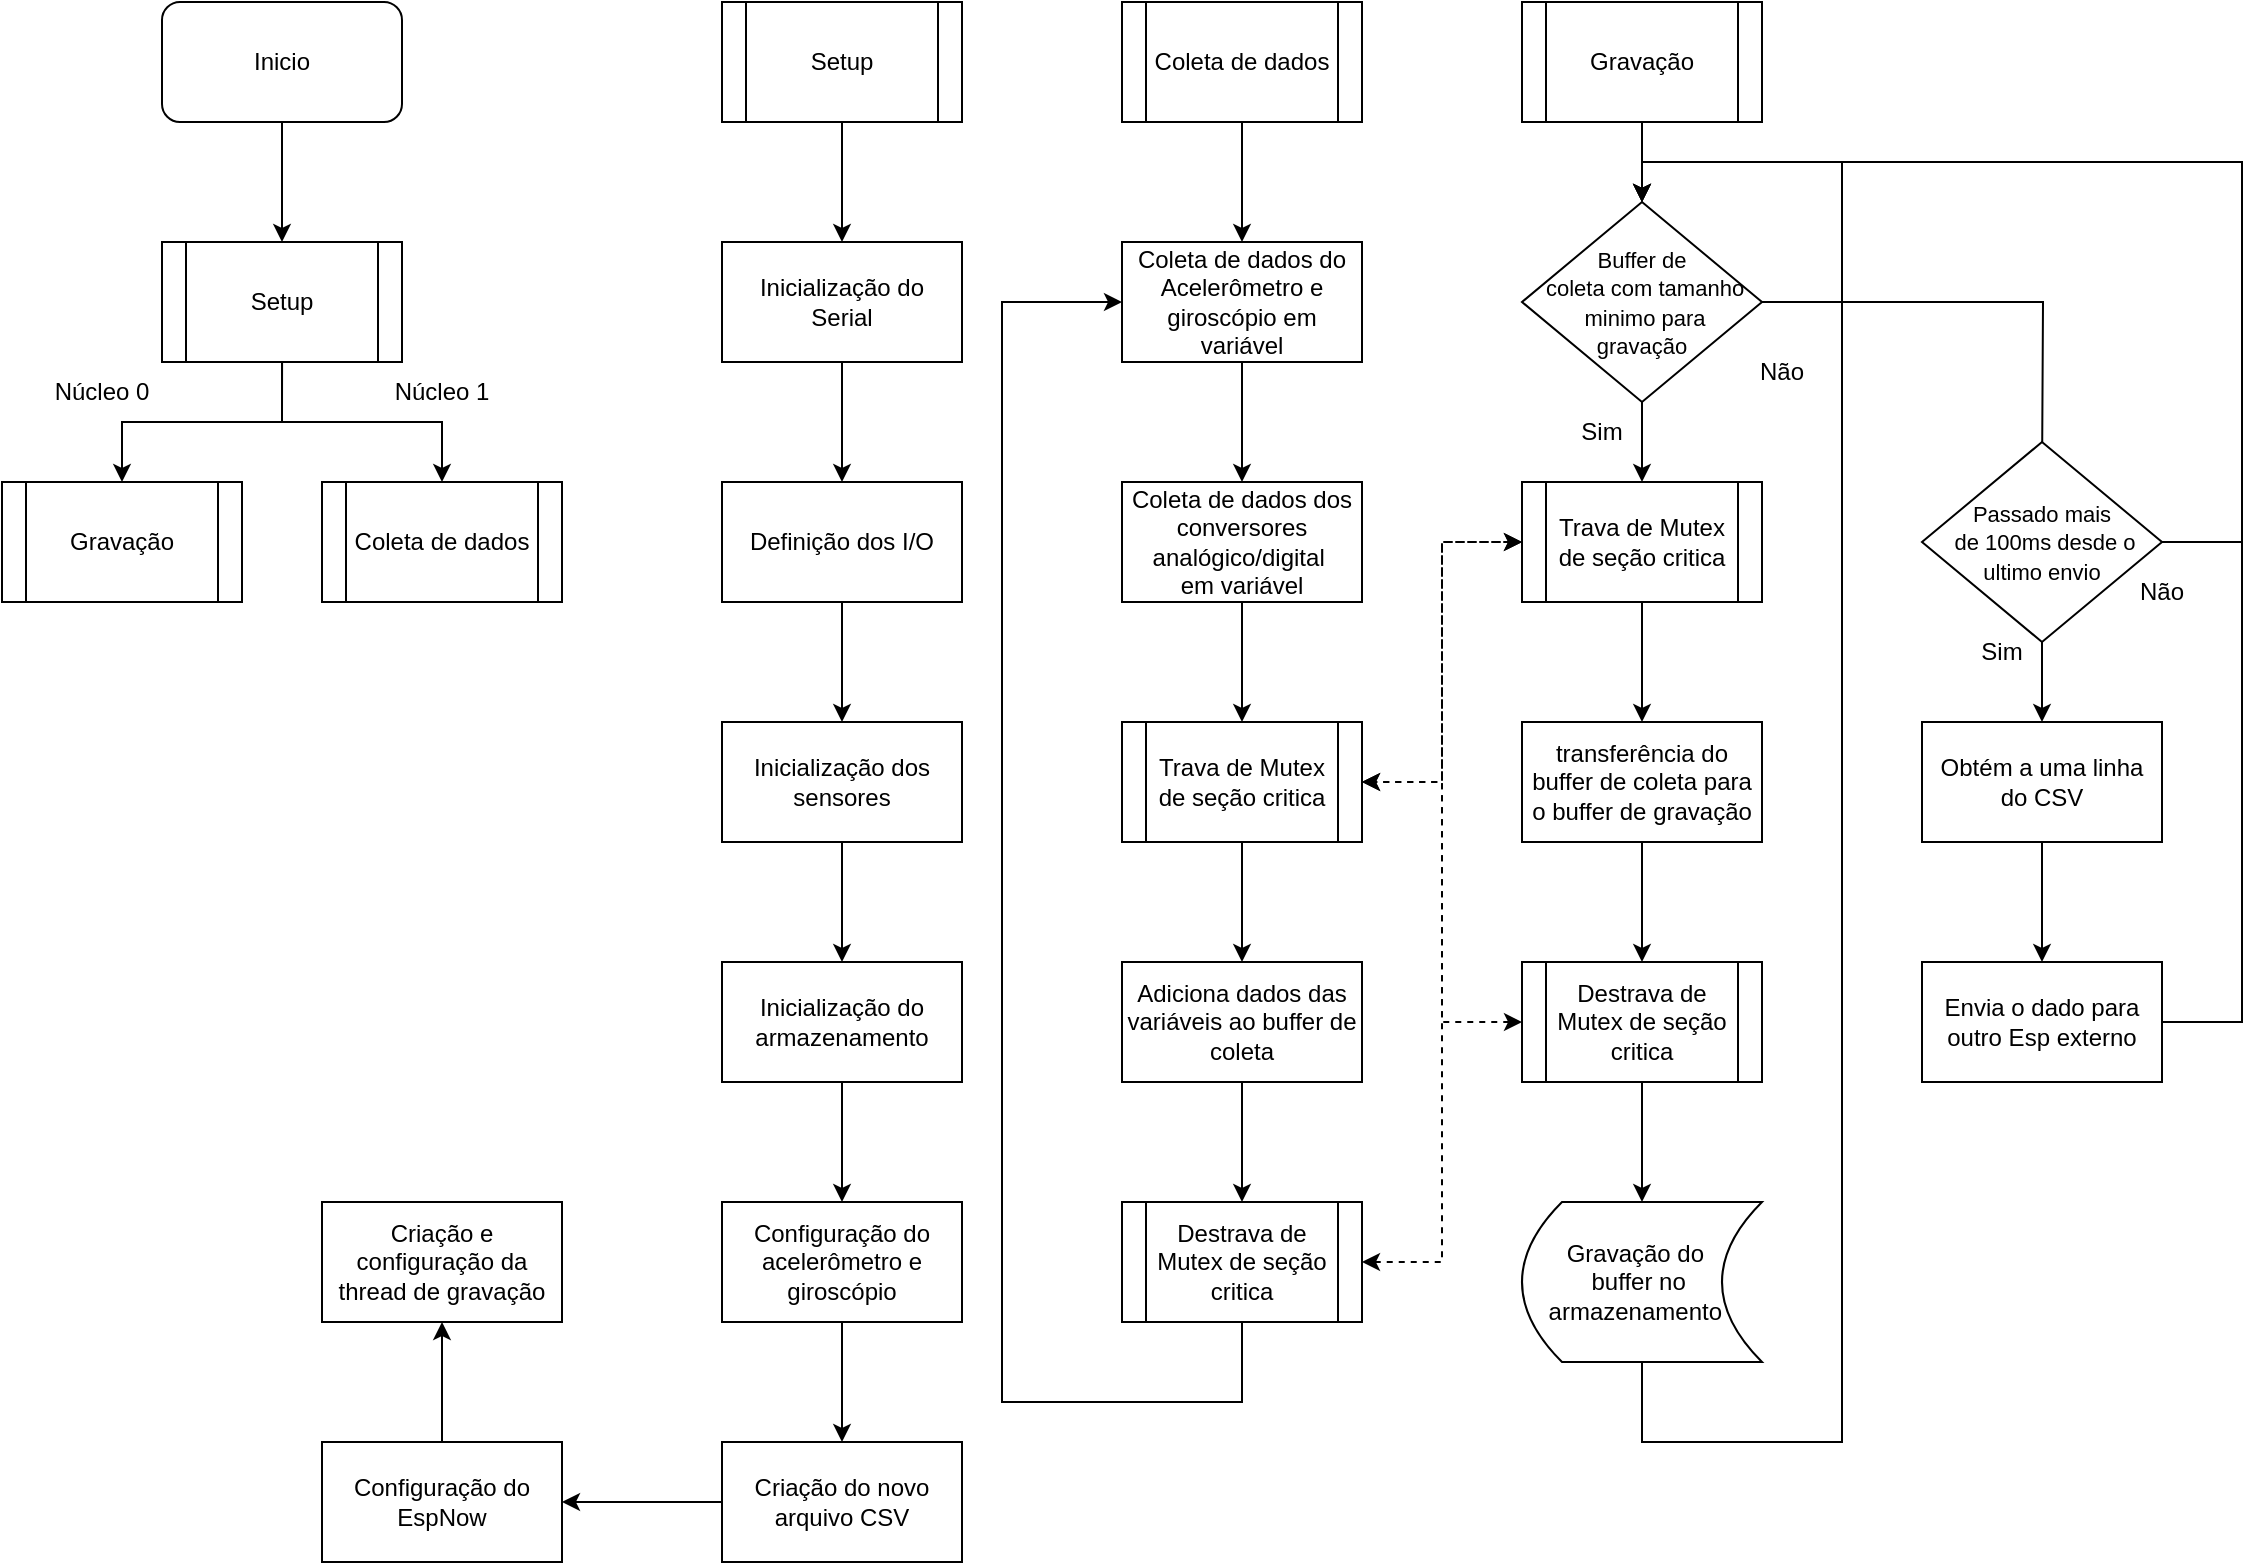
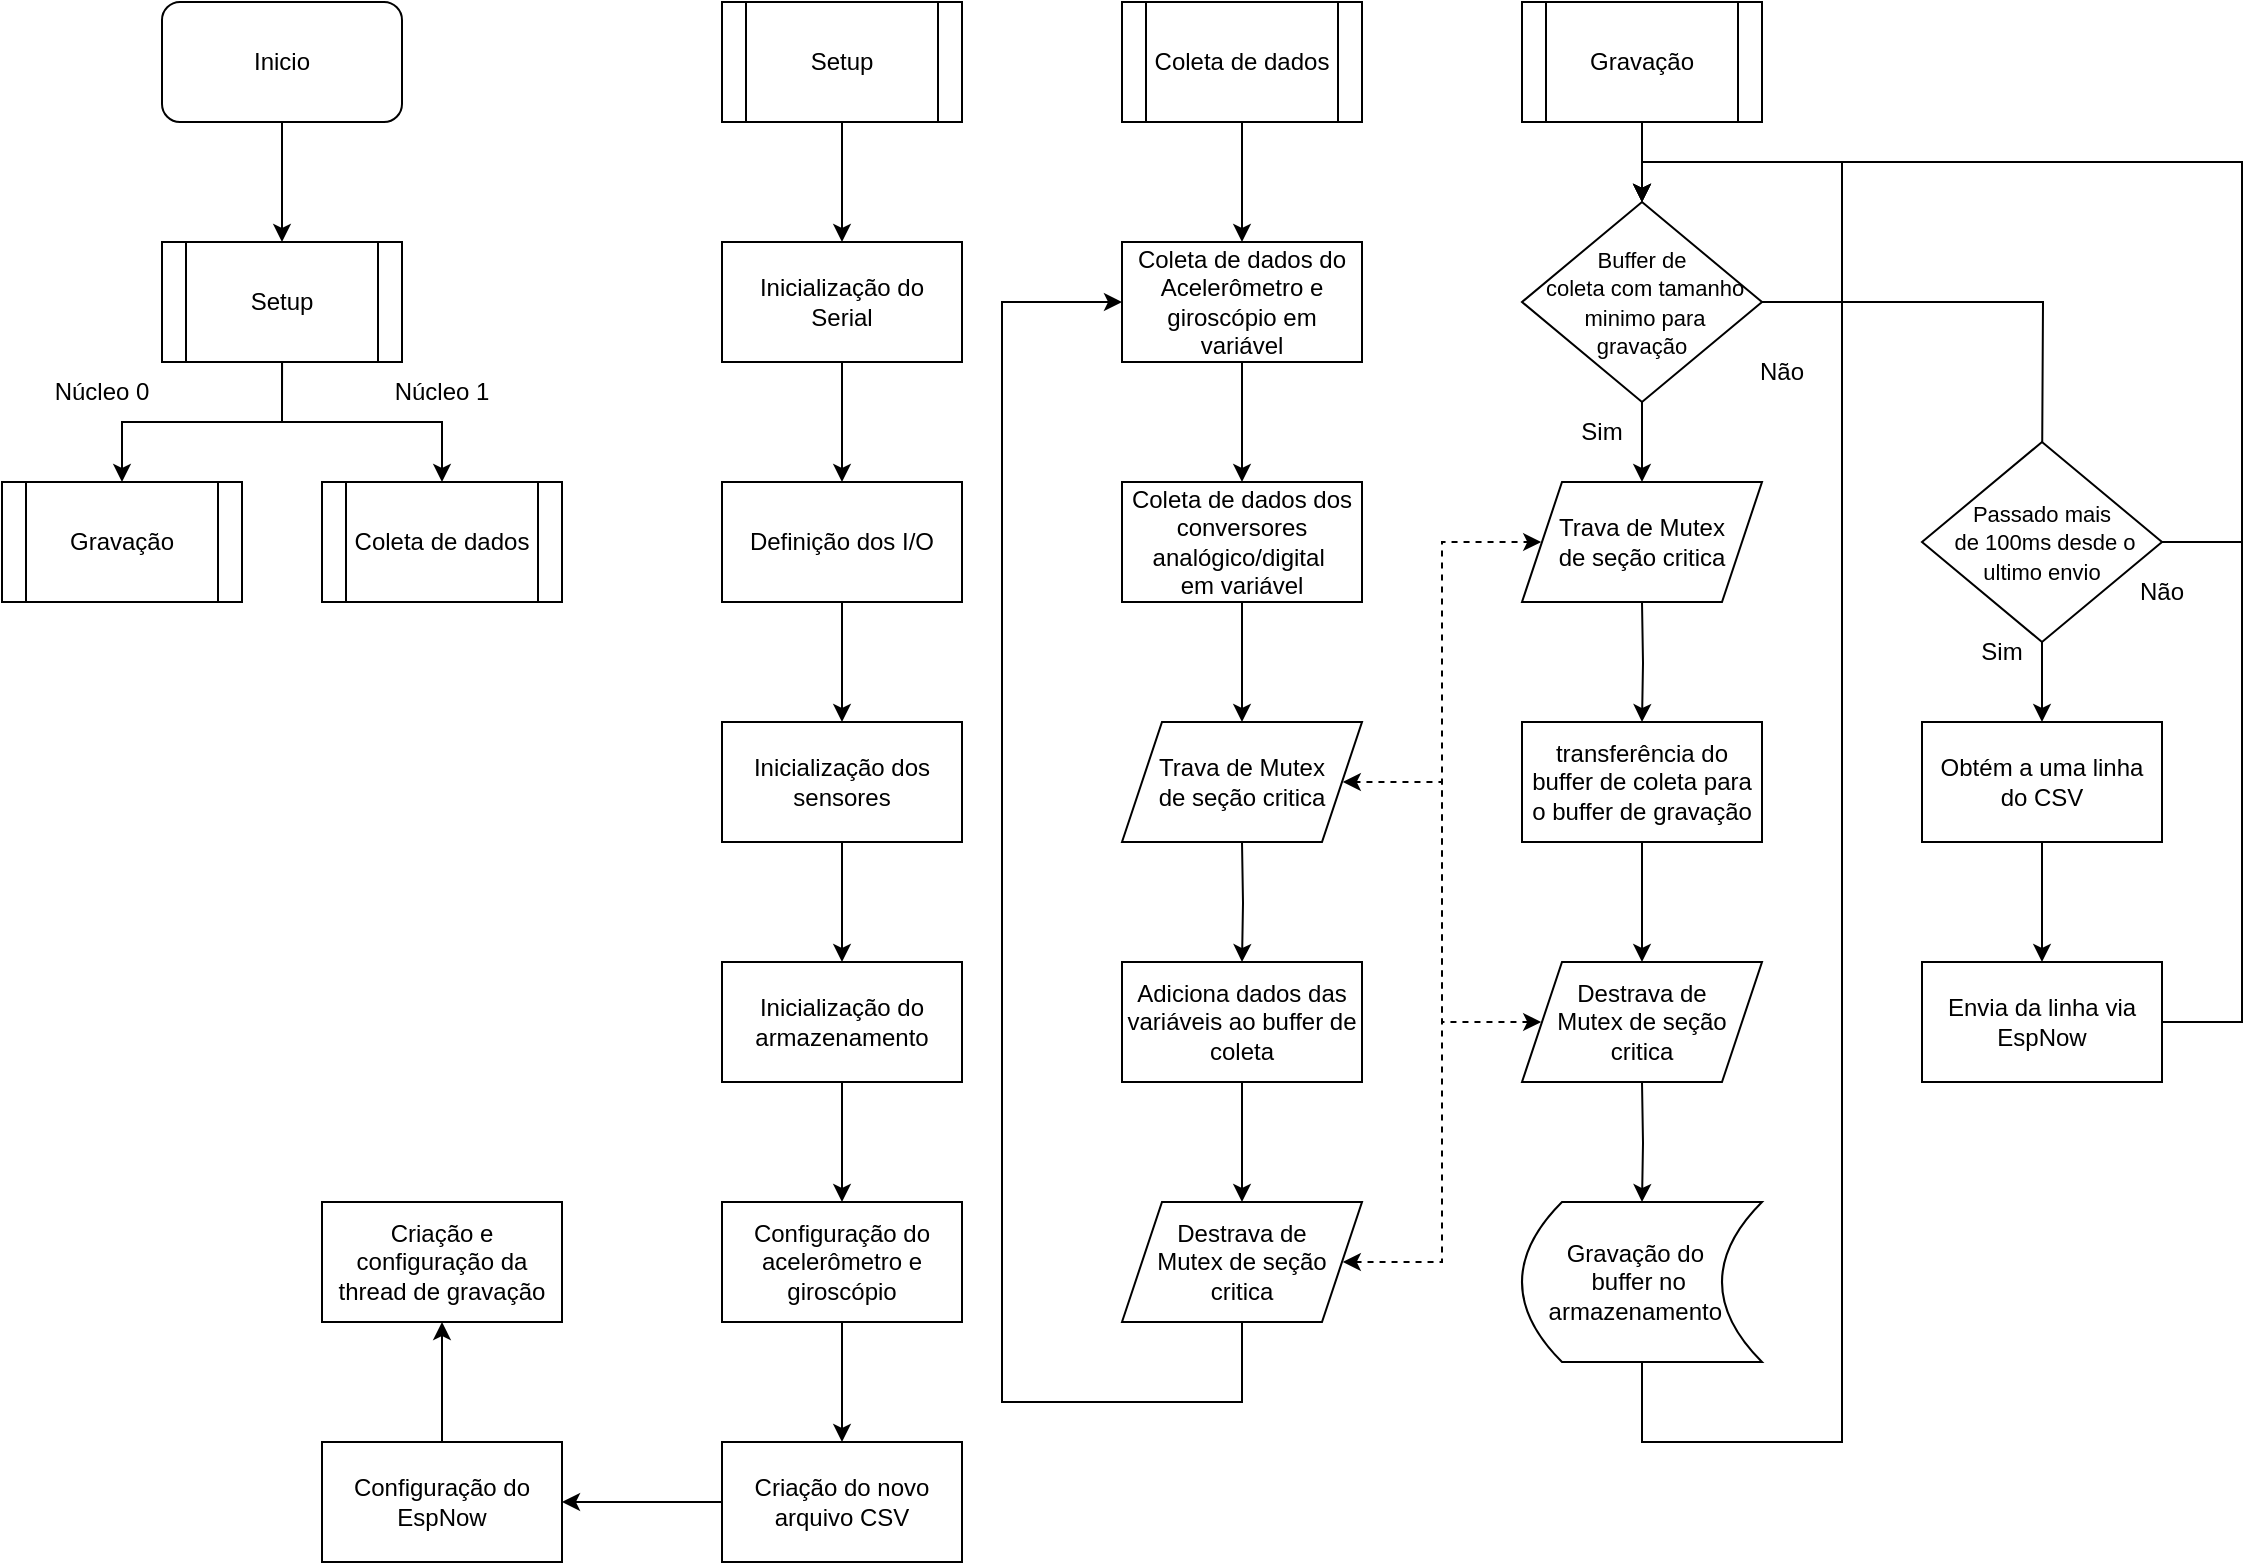
<mxfile host="app.diagrams.net" agent="Mozilla/5.0 (X11; Linux x86_64) AppleWebKit/537.36 (KHTML, like Gecko) Chrome/142.0.0.0 Safari/537.36" version="28.2.9">
  <diagram name="Página-1" id="pgSRB6xfUrdDKM67MCw_">
-     <mxGraphModel dx="1773" dy="2233" grid="1" gridSize="10" guides="1" tooltips="1" connect="1" arrows="1" fold="1" page="1" pageScale="1" pageWidth="827" pageHeight="1169" math="0" shadow="0">
+     <mxGraphModel dx="1788" dy="2233" grid="1" gridSize="10" guides="1" tooltips="1" connect="1" arrows="1" fold="1" page="1" pageScale="1" pageWidth="827" pageHeight="1169" math="0" shadow="0">
      <root>
        <mxCell id="0" />
        <mxCell id="1" parent="0" />
        <mxCell id="Tr65q4Ry5esXk99kKcEa-59" value="" style="edgeStyle=orthogonalEdgeStyle;rounded=0;orthogonalLoop=1;jettySize=auto;html=1;" parent="1" source="Tr65q4Ry5esXk99kKcEa-1" edge="1">
          <mxGeometry relative="1" as="geometry">
            <mxPoint x="60" y="160" as="targetPoint" />
          </mxGeometry>
        </mxCell>
        <mxCell id="Tr65q4Ry5esXk99kKcEa-1" value="Inicio" style="rounded=1;whiteSpace=wrap;html=1;" parent="1" vertex="1">
          <mxGeometry y="40" width="120" height="60" as="geometry" />
        </mxCell>
        <mxCell id="Tr65q4Ry5esXk99kKcEa-54" value="" style="edgeStyle=orthogonalEdgeStyle;rounded=0;orthogonalLoop=1;jettySize=auto;html=1;" parent="1" source="Tr65q4Ry5esXk99kKcEa-39" target="Tr65q4Ry5esXk99kKcEa-42" edge="1">
          <mxGeometry relative="1" as="geometry" />
        </mxCell>
        <mxCell id="Tr65q4Ry5esXk99kKcEa-39" value="Setup" style="shape=process;whiteSpace=wrap;html=1;backgroundOutline=1;" parent="1" vertex="1">
          <mxGeometry x="280" y="40" width="120" height="60" as="geometry" />
        </mxCell>
        <mxCell id="Tr65q4Ry5esXk99kKcEa-41" value="" style="edgeStyle=orthogonalEdgeStyle;rounded=0;orthogonalLoop=1;jettySize=auto;html=1;" parent="1" source="Tr65q4Ry5esXk99kKcEa-42" target="Tr65q4Ry5esXk99kKcEa-44" edge="1">
          <mxGeometry relative="1" as="geometry" />
        </mxCell>
        <mxCell id="Tr65q4Ry5esXk99kKcEa-42" value="Inicialização do&lt;div&gt;Serial&lt;/div&gt;" style="rounded=0;whiteSpace=wrap;html=1;" parent="1" vertex="1">
          <mxGeometry x="280" y="160" width="120" height="60" as="geometry" />
        </mxCell>
        <mxCell id="Tr65q4Ry5esXk99kKcEa-43" value="" style="edgeStyle=orthogonalEdgeStyle;rounded=0;orthogonalLoop=1;jettySize=auto;html=1;" parent="1" source="Tr65q4Ry5esXk99kKcEa-44" target="Tr65q4Ry5esXk99kKcEa-46" edge="1">
          <mxGeometry relative="1" as="geometry" />
        </mxCell>
        <mxCell id="Tr65q4Ry5esXk99kKcEa-44" value="Definição dos I/O" style="rounded=0;whiteSpace=wrap;html=1;" parent="1" vertex="1">
          <mxGeometry x="280" y="280" width="120" height="60" as="geometry" />
        </mxCell>
        <mxCell id="Tr65q4Ry5esXk99kKcEa-45" value="" style="edgeStyle=orthogonalEdgeStyle;rounded=0;orthogonalLoop=1;jettySize=auto;html=1;" parent="1" source="Tr65q4Ry5esXk99kKcEa-46" target="Tr65q4Ry5esXk99kKcEa-48" edge="1">
          <mxGeometry relative="1" as="geometry" />
        </mxCell>
        <mxCell id="Tr65q4Ry5esXk99kKcEa-46" value="Inicialização dos sensores" style="rounded=0;whiteSpace=wrap;html=1;" parent="1" vertex="1">
          <mxGeometry x="280" y="400" width="120" height="60" as="geometry" />
        </mxCell>
        <mxCell id="Tr65q4Ry5esXk99kKcEa-47" value="" style="edgeStyle=orthogonalEdgeStyle;rounded=0;orthogonalLoop=1;jettySize=auto;html=1;" parent="1" source="Tr65q4Ry5esXk99kKcEa-48" target="Tr65q4Ry5esXk99kKcEa-50" edge="1">
          <mxGeometry relative="1" as="geometry" />
        </mxCell>
        <mxCell id="Tr65q4Ry5esXk99kKcEa-48" value="Inicialização do&lt;div&gt;armazenamento&lt;/div&gt;" style="rounded=0;whiteSpace=wrap;html=1;" parent="1" vertex="1">
          <mxGeometry x="280" y="520" width="120" height="60" as="geometry" />
        </mxCell>
        <mxCell id="Tr65q4Ry5esXk99kKcEa-49" value="" style="edgeStyle=orthogonalEdgeStyle;rounded=0;orthogonalLoop=1;jettySize=auto;html=1;" parent="1" source="Tr65q4Ry5esXk99kKcEa-50" target="Tr65q4Ry5esXk99kKcEa-52" edge="1">
          <mxGeometry relative="1" as="geometry" />
        </mxCell>
        <mxCell id="Tr65q4Ry5esXk99kKcEa-50" value="Configuração do&lt;div&gt;acelerômetro e giroscópio&lt;/div&gt;" style="rounded=0;whiteSpace=wrap;html=1;" parent="1" vertex="1">
          <mxGeometry x="280" y="640" width="120" height="60" as="geometry" />
        </mxCell>
        <mxCell id="Tr65q4Ry5esXk99kKcEa-51" value="" style="edgeStyle=orthogonalEdgeStyle;rounded=0;orthogonalLoop=1;jettySize=auto;html=1;" parent="1" source="Tr65q4Ry5esXk99kKcEa-52" target="Tr65q4Ry5esXk99kKcEa-53" edge="1">
          <mxGeometry relative="1" as="geometry" />
        </mxCell>
        <mxCell id="Tr65q4Ry5esXk99kKcEa-52" value="Criação do novo arquivo CSV" style="rounded=0;whiteSpace=wrap;html=1;" parent="1" vertex="1">
          <mxGeometry x="280" y="760" width="120" height="60" as="geometry" />
        </mxCell>
-         <mxCell id="dAxO4c3MUgw6ga5RAxWS-14" value="" style="edgeStyle=orthogonalEdgeStyle;rounded=0;orthogonalLoop=1;jettySize=auto;html=1;" edge="1" parent="1" source="Tr65q4Ry5esXk99kKcEa-53" target="dAxO4c3MUgw6ga5RAxWS-12">
+         <mxCell id="dAxO4c3MUgw6ga5RAxWS-14" value="" style="edgeStyle=orthogonalEdgeStyle;rounded=0;orthogonalLoop=1;jettySize=auto;html=1;" parent="1" source="Tr65q4Ry5esXk99kKcEa-53" target="dAxO4c3MUgw6ga5RAxWS-12" edge="1">
          <mxGeometry relative="1" as="geometry" />
        </mxCell>
        <mxCell id="Tr65q4Ry5esXk99kKcEa-53" value="Configuração do EspNow" style="rounded=0;whiteSpace=wrap;html=1;" parent="1" vertex="1">
          <mxGeometry x="80" y="760" width="120" height="60" as="geometry" />
        </mxCell>
        <mxCell id="Tr65q4Ry5esXk99kKcEa-62" style="edgeStyle=orthogonalEdgeStyle;rounded=0;orthogonalLoop=1;jettySize=auto;html=1;" parent="1" target="Tr65q4Ry5esXk99kKcEa-61" edge="1">
          <mxGeometry relative="1" as="geometry">
            <mxPoint x="60.039999999999964" y="220" as="sourcePoint" />
            <Array as="points">
              <mxPoint x="60" y="250" />
              <mxPoint x="-20" y="250" />
            </Array>
          </mxGeometry>
        </mxCell>
        <mxCell id="Tr65q4Ry5esXk99kKcEa-66" value="" style="edgeStyle=orthogonalEdgeStyle;rounded=0;orthogonalLoop=1;jettySize=auto;html=1;" parent="1" source="Tr65q4Ry5esXk99kKcEa-56" target="Tr65q4Ry5esXk99kKcEa-65" edge="1">
          <mxGeometry relative="1" as="geometry" />
        </mxCell>
        <mxCell id="Tr65q4Ry5esXk99kKcEa-56" value="Coleta de dados" style="shape=process;whiteSpace=wrap;html=1;backgroundOutline=1;" parent="1" vertex="1">
          <mxGeometry x="480" y="40" width="120" height="60" as="geometry" />
        </mxCell>
        <mxCell id="Tr65q4Ry5esXk99kKcEa-113" value="" style="edgeStyle=orthogonalEdgeStyle;rounded=0;orthogonalLoop=1;jettySize=auto;html=1;" parent="1" source="Tr65q4Ry5esXk99kKcEa-57" target="Tr65q4Ry5esXk99kKcEa-111" edge="1">
          <mxGeometry relative="1" as="geometry" />
        </mxCell>
        <mxCell id="Tr65q4Ry5esXk99kKcEa-57" value="Gravação" style="shape=process;whiteSpace=wrap;html=1;backgroundOutline=1;" parent="1" vertex="1">
          <mxGeometry x="680" y="40" width="120" height="60" as="geometry" />
        </mxCell>
        <mxCell id="Tr65q4Ry5esXk99kKcEa-58" value="Coleta de dados" style="shape=process;whiteSpace=wrap;html=1;backgroundOutline=1;" parent="1" vertex="1">
          <mxGeometry x="80" y="280" width="120" height="60" as="geometry" />
        </mxCell>
        <mxCell id="Tr65q4Ry5esXk99kKcEa-61" value="Gravação" style="shape=process;whiteSpace=wrap;html=1;backgroundOutline=1;" parent="1" vertex="1">
          <mxGeometry x="-80" y="280" width="120" height="60" as="geometry" />
        </mxCell>
        <mxCell id="Tr65q4Ry5esXk99kKcEa-63" value="Núcleo 1" style="text;html=1;whiteSpace=wrap;strokeColor=none;fillColor=none;align=center;verticalAlign=middle;rounded=0;" parent="1" vertex="1">
          <mxGeometry x="110" y="220" width="60" height="30" as="geometry" />
        </mxCell>
        <mxCell id="Tr65q4Ry5esXk99kKcEa-64" value="Núcleo 0" style="text;html=1;whiteSpace=wrap;strokeColor=none;fillColor=none;align=center;verticalAlign=middle;rounded=0;" parent="1" vertex="1">
          <mxGeometry x="-60" y="220" width="60" height="30" as="geometry" />
        </mxCell>
        <mxCell id="Tr65q4Ry5esXk99kKcEa-68" value="" style="edgeStyle=orthogonalEdgeStyle;rounded=0;orthogonalLoop=1;jettySize=auto;html=1;" parent="1" source="Tr65q4Ry5esXk99kKcEa-65" target="Tr65q4Ry5esXk99kKcEa-67" edge="1">
          <mxGeometry relative="1" as="geometry" />
        </mxCell>
        <mxCell id="Tr65q4Ry5esXk99kKcEa-65" value="Coleta de dados do Acelerômetro e giroscópio em variável" style="rounded=0;whiteSpace=wrap;html=1;" parent="1" vertex="1">
          <mxGeometry x="480" y="160" width="120" height="60" as="geometry" />
        </mxCell>
        <mxCell id="Tr65q4Ry5esXk99kKcEa-72" value="" style="edgeStyle=orthogonalEdgeStyle;rounded=0;orthogonalLoop=1;jettySize=auto;html=1;" parent="1" source="Tr65q4Ry5esXk99kKcEa-67" edge="1">
          <mxGeometry relative="1" as="geometry">
            <mxPoint x="540" y="400" as="targetPoint" />
          </mxGeometry>
        </mxCell>
        <mxCell id="Tr65q4Ry5esXk99kKcEa-67" value="Coleta de dados dos conversores analógico/digital&amp;nbsp;&lt;div&gt;em variável&lt;/div&gt;" style="rounded=0;whiteSpace=wrap;html=1;" parent="1" vertex="1">
          <mxGeometry x="480" y="280" width="120" height="60" as="geometry" />
        </mxCell>
-         <mxCell id="Tr65q4Ry5esXk99kKcEa-82" style="edgeStyle=orthogonalEdgeStyle;rounded=0;orthogonalLoop=1;jettySize=auto;html=1;exitX=0.5;exitY=1;exitDx=0;exitDy=0;entryX=0;entryY=0.5;entryDx=0;entryDy=0;" parent="1" source="dAxO4c3MUgw6ga5RAxWS-4" target="Tr65q4Ry5esXk99kKcEa-65" edge="1">
+         <mxCell id="Tr65q4Ry5esXk99kKcEa-82" style="edgeStyle=orthogonalEdgeStyle;rounded=0;orthogonalLoop=1;jettySize=auto;html=1;exitX=0.5;exitY=1;exitDx=0;exitDy=0;entryX=0;entryY=0.5;entryDx=0;entryDy=0;" parent="1" target="Tr65q4Ry5esXk99kKcEa-65" edge="1">
          <mxGeometry relative="1" as="geometry">
            <Array as="points">
              <mxPoint x="540" y="740" />
              <mxPoint x="420" y="740" />
              <mxPoint x="420" y="190" />
            </Array>
-             <mxPoint x="540" y="820" as="sourcePoint" />
-           </mxGeometry>
-         </mxCell>
-         <mxCell id="dAxO4c3MUgw6ga5RAxWS-6" value="" style="edgeStyle=orthogonalEdgeStyle;rounded=0;orthogonalLoop=1;jettySize=auto;html=1;" edge="1" parent="1" source="Tr65q4Ry5esXk99kKcEa-97" target="dAxO4c3MUgw6ga5RAxWS-3">
-           <mxGeometry relative="1" as="geometry" />
+             <mxPoint x="540" y="700" as="sourcePoint" />
+           </mxGeometry>
+         </mxCell>
+         <mxCell id="dAxO4c3MUgw6ga5RAxWS-6" value="" style="edgeStyle=orthogonalEdgeStyle;rounded=0;orthogonalLoop=1;jettySize=auto;html=1;" parent="1" source="Tr65q4Ry5esXk99kKcEa-97" edge="1">
+           <mxGeometry relative="1" as="geometry">
+             <mxPoint x="740" y="520" as="targetPoint" />
+           </mxGeometry>
        </mxCell>
        <mxCell id="Tr65q4Ry5esXk99kKcEa-97" value="transferência do buffer de coleta para o&amp;nbsp;&lt;span style=&quot;background-color: transparent; color: light-dark(rgb(0, 0, 0), rgb(255, 255, 255));&quot;&gt;buffer de gravação&lt;/span&gt;" style="rounded=0;whiteSpace=wrap;html=1;" parent="1" vertex="1">
          <mxGeometry x="680" y="400" width="120" height="60" as="geometry" />
        </mxCell>
        <mxCell id="Tr65q4Ry5esXk99kKcEa-110" style="edgeStyle=orthogonalEdgeStyle;rounded=0;orthogonalLoop=1;jettySize=auto;html=1;entryX=0.5;entryY=0;entryDx=0;entryDy=0;exitX=0.5;exitY=1;exitDx=0;exitDy=0;" parent="1" source="Tr65q4Ry5esXk99kKcEa-104" target="Tr65q4Ry5esXk99kKcEa-111" edge="1">
          <mxGeometry relative="1" as="geometry">
            <mxPoint x="780" y="990" as="sourcePoint" />
            <Array as="points">
              <mxPoint x="740" y="760" />
              <mxPoint x="840" y="760" />
              <mxPoint x="840" y="120" />
              <mxPoint x="740" y="120" />
            </Array>
          </mxGeometry>
        </mxCell>
        <mxCell id="Tr65q4Ry5esXk99kKcEa-104" value="Gravação do&amp;nbsp;&amp;nbsp;&lt;div&gt;buffer no&amp;nbsp; armazenamento&amp;nbsp;&amp;nbsp;&lt;/div&gt;" style="shape=dataStorage;whiteSpace=wrap;html=1;fixedSize=1;" parent="1" vertex="1">
          <mxGeometry x="680" y="640" width="120" height="80" as="geometry" />
        </mxCell>
-         <mxCell id="Tr65q4Ry5esXk99kKcEa-109" value="" style="edgeStyle=orthogonalEdgeStyle;rounded=0;orthogonalLoop=1;jettySize=auto;html=1;exitX=0.5;exitY=1;exitDx=0;exitDy=0;" parent="1" source="dAxO4c3MUgw6ga5RAxWS-3" target="Tr65q4Ry5esXk99kKcEa-104" edge="1">
-           <mxGeometry relative="1" as="geometry">
-             <mxPoint x="740" y="700" as="sourcePoint" />
+         <mxCell id="Tr65q4Ry5esXk99kKcEa-109" value="" style="edgeStyle=orthogonalEdgeStyle;rounded=0;orthogonalLoop=1;jettySize=auto;html=1;exitX=0.5;exitY=1;exitDx=0;exitDy=0;" parent="1" target="Tr65q4Ry5esXk99kKcEa-104" edge="1">
+           <mxGeometry relative="1" as="geometry">
+             <mxPoint x="740" y="580" as="sourcePoint" />
          </mxGeometry>
        </mxCell>
        <mxCell id="Tr65q4Ry5esXk99kKcEa-112" value="" style="edgeStyle=orthogonalEdgeStyle;rounded=0;orthogonalLoop=1;jettySize=auto;html=1;" parent="1" source="Tr65q4Ry5esXk99kKcEa-111" edge="1">
          <mxGeometry relative="1" as="geometry">
            <mxPoint x="740" y="280" as="targetPoint" />
          </mxGeometry>
        </mxCell>
-         <mxCell id="dAxO4c3MUgw6ga5RAxWS-11" style="edgeStyle=orthogonalEdgeStyle;rounded=0;orthogonalLoop=1;jettySize=auto;html=1;exitX=1;exitY=0.5;exitDx=0;exitDy=0;entryX=0.5;entryY=0;entryDx=0;entryDy=0;" edge="1" parent="1" source="Tr65q4Ry5esXk99kKcEa-111">
+         <mxCell id="dAxO4c3MUgw6ga5RAxWS-11" style="edgeStyle=orthogonalEdgeStyle;rounded=0;orthogonalLoop=1;jettySize=auto;html=1;exitX=1;exitY=0.5;exitDx=0;exitDy=0;entryX=0.5;entryY=0;entryDx=0;entryDy=0;" parent="1" source="Tr65q4Ry5esXk99kKcEa-111" edge="1">
          <mxGeometry relative="1" as="geometry">
            <mxPoint x="940" y="280" as="targetPoint" />
          </mxGeometry>
        </mxCell>
        <mxCell id="Tr65q4Ry5esXk99kKcEa-111" value="&lt;div&gt;&lt;font style=&quot;font-size: 11px;&quot;&gt;&lt;span style=&quot;background-color: transparent; color: light-dark(rgb(0, 0, 0), rgb(255, 255, 255));&quot;&gt;Buffer&amp;nbsp;&lt;/span&gt;&lt;span style=&quot;background-color: transparent; color: light-dark(rgb(0, 0, 0), rgb(255, 255, 255));&quot;&gt;de&lt;/span&gt;&lt;/font&gt;&lt;/div&gt;&lt;div&gt;&lt;font style=&quot;font-size: 11px;&quot;&gt;&lt;span style=&quot;background-color: transparent; color: light-dark(rgb(0, 0, 0), rgb(255, 255, 255));&quot;&gt;&amp;nbsp;coleta&amp;nbsp;&lt;/span&gt;&lt;span style=&quot;background-color: transparent; color: light-dark(rgb(0, 0, 0), rgb(255, 255, 255));&quot;&gt;com&amp;nbsp;&lt;/span&gt;&lt;span style=&quot;background-color: transparent; color: light-dark(rgb(0, 0, 0), rgb(255, 255, 255));&quot;&gt;tamanho&lt;/span&gt;&lt;/font&gt;&lt;/div&gt;&lt;div&gt;&lt;span style=&quot;background-color: transparent; color: light-dark(rgb(0, 0, 0), rgb(255, 255, 255));&quot;&gt;&lt;font style=&quot;font-size: 11px;&quot;&gt;&amp;nbsp;minimo para&lt;/font&gt;&lt;/span&gt;&lt;/div&gt;&lt;div&gt;&lt;span style=&quot;background-color: transparent; color: light-dark(rgb(0, 0, 0), rgb(255, 255, 255));&quot;&gt;&lt;font style=&quot;font-size: 11px;&quot;&gt;gravação&lt;/font&gt;&lt;/span&gt;&lt;/div&gt;" style="rhombus;whiteSpace=wrap;html=1;" parent="1" vertex="1">
          <mxGeometry x="680" y="140" width="120" height="100" as="geometry" />
        </mxCell>
        <mxCell id="Tr65q4Ry5esXk99kKcEa-115" value="Não" style="text;html=1;whiteSpace=wrap;strokeColor=none;fillColor=none;align=center;verticalAlign=middle;rounded=0;" parent="1" vertex="1">
          <mxGeometry x="780" y="210" width="60" height="30" as="geometry" />
        </mxCell>
        <mxCell id="Tr65q4Ry5esXk99kKcEa-118" value="Sim" style="text;html=1;whiteSpace=wrap;strokeColor=none;fillColor=none;align=center;verticalAlign=middle;rounded=0;" parent="1" vertex="1">
          <mxGeometry x="690" y="240" width="60" height="30" as="geometry" />
        </mxCell>
-         <mxCell id="dAxO4c3MUgw6ga5RAxWS-5" value="" style="edgeStyle=orthogonalEdgeStyle;rounded=0;orthogonalLoop=1;jettySize=auto;html=1;" edge="1" parent="1" source="Tr65q4Ry5esXk99kKcEa-119" target="dAxO4c3MUgw6ga5RAxWS-4">
-           <mxGeometry relative="1" as="geometry" />
+         <mxCell id="dAxO4c3MUgw6ga5RAxWS-5" value="" style="edgeStyle=orthogonalEdgeStyle;rounded=0;orthogonalLoop=1;jettySize=auto;html=1;" parent="1" source="Tr65q4Ry5esXk99kKcEa-119" edge="1">
+           <mxGeometry relative="1" as="geometry">
+             <mxPoint x="540" y="640" as="targetPoint" />
+           </mxGeometry>
        </mxCell>
        <mxCell id="Tr65q4Ry5esXk99kKcEa-119" value="Adiciona dados das variáveis ao buffer de coleta" style="rounded=0;whiteSpace=wrap;html=1;" parent="1" vertex="1">
          <mxGeometry x="480" y="520" width="120" height="60" as="geometry" />
        </mxCell>
-         <mxCell id="dAxO4c3MUgw6ga5RAxWS-1" value="" style="edgeStyle=orthogonalEdgeStyle;rounded=0;orthogonalLoop=1;jettySize=auto;html=1;" edge="1" parent="1" source="Tr65q4Ry5esXk99kKcEa-124" target="Tr65q4Ry5esXk99kKcEa-119">
-           <mxGeometry relative="1" as="geometry" />
-         </mxCell>
-         <mxCell id="Tr65q4Ry5esXk99kKcEa-124" value="Trava de Mutex de seção critica" style="shape=process;whiteSpace=wrap;html=1;backgroundOutline=1;" parent="1" vertex="1">
-           <mxGeometry x="480" y="400" width="120" height="60" as="geometry" />
-         </mxCell>
-         <mxCell id="Tr65q4Ry5esXk99kKcEa-128" style="edgeStyle=orthogonalEdgeStyle;rounded=0;orthogonalLoop=1;jettySize=auto;html=1;exitX=0;exitY=0.5;exitDx=0;exitDy=0;entryX=1;entryY=0.5;entryDx=0;entryDy=0;startArrow=classic;startFill=1;dashed=1;" parent="1" source="Tr65q4Ry5esXk99kKcEa-126" target="Tr65q4Ry5esXk99kKcEa-124" edge="1">
-           <mxGeometry relative="1" as="geometry" />
-         </mxCell>
-         <mxCell id="dAxO4c3MUgw6ga5RAxWS-2" value="" style="edgeStyle=orthogonalEdgeStyle;rounded=0;orthogonalLoop=1;jettySize=auto;html=1;" edge="1" parent="1" source="Tr65q4Ry5esXk99kKcEa-126" target="Tr65q4Ry5esXk99kKcEa-97">
-           <mxGeometry relative="1" as="geometry" />
-         </mxCell>
-         <mxCell id="Tr65q4Ry5esXk99kKcEa-126" value="Trava de Mutex de seção critica" style="shape=process;whiteSpace=wrap;html=1;backgroundOutline=1;" parent="1" vertex="1">
-           <mxGeometry x="680" y="280" width="120" height="60" as="geometry" />
+         <mxCell id="dAxO4c3MUgw6ga5RAxWS-1" value="" style="edgeStyle=orthogonalEdgeStyle;rounded=0;orthogonalLoop=1;jettySize=auto;html=1;" parent="1" target="Tr65q4Ry5esXk99kKcEa-119" edge="1">
+           <mxGeometry relative="1" as="geometry">
+             <mxPoint x="540" y="460" as="sourcePoint" />
+           </mxGeometry>
+         </mxCell>
+         <mxCell id="dAxO4c3MUgw6ga5RAxWS-2" value="" style="edgeStyle=orthogonalEdgeStyle;rounded=0;orthogonalLoop=1;jettySize=auto;html=1;" parent="1" target="Tr65q4Ry5esXk99kKcEa-97" edge="1">
+           <mxGeometry relative="1" as="geometry">
+             <mxPoint x="740" y="340" as="sourcePoint" />
+           </mxGeometry>
        </mxCell>
        <mxCell id="Tr65q4Ry5esXk99kKcEa-139" style="edgeStyle=orthogonalEdgeStyle;rounded=0;orthogonalLoop=1;jettySize=auto;html=1;" parent="1" source="Tr65q4Ry5esXk99kKcEa-136" target="Tr65q4Ry5esXk99kKcEa-58" edge="1">
          <mxGeometry relative="1" as="geometry" />
        </mxCell>
        <mxCell id="Tr65q4Ry5esXk99kKcEa-136" value="Setup" style="shape=process;whiteSpace=wrap;html=1;backgroundOutline=1;" parent="1" vertex="1">
          <mxGeometry y="160" width="120" height="60" as="geometry" />
        </mxCell>
-         <mxCell id="dAxO4c3MUgw6ga5RAxWS-9" style="edgeStyle=orthogonalEdgeStyle;rounded=0;orthogonalLoop=1;jettySize=auto;html=1;exitX=0;exitY=0.5;exitDx=0;exitDy=0;entryX=1;entryY=0.5;entryDx=0;entryDy=0;dashed=1;startArrow=classic;startFill=1;" edge="1" parent="1" source="dAxO4c3MUgw6ga5RAxWS-3" target="Tr65q4Ry5esXk99kKcEa-124">
-           <mxGeometry relative="1" as="geometry" />
-         </mxCell>
-         <mxCell id="dAxO4c3MUgw6ga5RAxWS-3" value="Destrava de Mutex de seção critica" style="shape=process;whiteSpace=wrap;html=1;backgroundOutline=1;" vertex="1" parent="1">
-           <mxGeometry x="680" y="520" width="120" height="60" as="geometry" />
-         </mxCell>
-         <mxCell id="dAxO4c3MUgw6ga5RAxWS-8" style="edgeStyle=orthogonalEdgeStyle;rounded=0;orthogonalLoop=1;jettySize=auto;html=1;exitX=1;exitY=0.5;exitDx=0;exitDy=0;entryX=0;entryY=0.5;entryDx=0;entryDy=0;dashed=1;startArrow=classic;startFill=1;" edge="1" parent="1" source="dAxO4c3MUgw6ga5RAxWS-4" target="Tr65q4Ry5esXk99kKcEa-126">
-           <mxGeometry relative="1" as="geometry" />
-         </mxCell>
-         <mxCell id="dAxO4c3MUgw6ga5RAxWS-4" value="Destrava de Mutex de seção critica" style="shape=process;whiteSpace=wrap;html=1;backgroundOutline=1;" vertex="1" parent="1">
-           <mxGeometry x="480" y="640" width="120" height="60" as="geometry" />
-         </mxCell>
-         <mxCell id="dAxO4c3MUgw6ga5RAxWS-12" value="Criação e configuração da thread de gravação" style="rounded=0;whiteSpace=wrap;html=1;" vertex="1" parent="1">
+         <mxCell id="dAxO4c3MUgw6ga5RAxWS-12" value="Criação e configuração da thread de gravação" style="rounded=0;whiteSpace=wrap;html=1;" parent="1" vertex="1">
          <mxGeometry x="80" y="640" width="120" height="60" as="geometry" />
        </mxCell>
-         <mxCell id="dAxO4c3MUgw6ga5RAxWS-18" style="edgeStyle=orthogonalEdgeStyle;rounded=0;orthogonalLoop=1;jettySize=auto;html=1;exitX=1;exitY=0.5;exitDx=0;exitDy=0;entryX=0.5;entryY=0;entryDx=0;entryDy=0;" edge="1" parent="1" source="dAxO4c3MUgw6ga5RAxWS-15" target="Tr65q4Ry5esXk99kKcEa-111">
+         <mxCell id="dAxO4c3MUgw6ga5RAxWS-18" style="edgeStyle=orthogonalEdgeStyle;rounded=0;orthogonalLoop=1;jettySize=auto;html=1;exitX=1;exitY=0.5;exitDx=0;exitDy=0;entryX=0.5;entryY=0;entryDx=0;entryDy=0;" parent="1" source="dAxO4c3MUgw6ga5RAxWS-15" target="Tr65q4Ry5esXk99kKcEa-111" edge="1">
          <mxGeometry relative="1" as="geometry">
            <Array as="points">
              <mxPoint x="1040" y="310" />
              <mxPoint x="1040" y="120" />
              <mxPoint x="740" y="120" />
            </Array>
          </mxGeometry>
        </mxCell>
-         <mxCell id="dAxO4c3MUgw6ga5RAxWS-20" value="" style="edgeStyle=orthogonalEdgeStyle;rounded=0;orthogonalLoop=1;jettySize=auto;html=1;" edge="1" parent="1" source="dAxO4c3MUgw6ga5RAxWS-15" target="dAxO4c3MUgw6ga5RAxWS-19">
-           <mxGeometry relative="1" as="geometry" />
-         </mxCell>
-         <mxCell id="dAxO4c3MUgw6ga5RAxWS-15" value="&lt;div&gt;&lt;span style=&quot;font-size: 11px;&quot;&gt;Passado mais&lt;/span&gt;&lt;/div&gt;&lt;div&gt;&lt;span style=&quot;font-size: 11px;&quot;&gt;&amp;nbsp;de 100ms desde o ultimo envio&lt;/span&gt;&lt;/div&gt;" style="rhombus;whiteSpace=wrap;html=1;" vertex="1" parent="1">
+         <mxCell id="dAxO4c3MUgw6ga5RAxWS-20" value="" style="edgeStyle=orthogonalEdgeStyle;rounded=0;orthogonalLoop=1;jettySize=auto;html=1;" parent="1" source="dAxO4c3MUgw6ga5RAxWS-15" target="dAxO4c3MUgw6ga5RAxWS-19" edge="1">
+           <mxGeometry relative="1" as="geometry" />
+         </mxCell>
+         <mxCell id="dAxO4c3MUgw6ga5RAxWS-15" value="&lt;div&gt;&lt;span style=&quot;font-size: 11px;&quot;&gt;Passado mais&lt;/span&gt;&lt;/div&gt;&lt;div&gt;&lt;span style=&quot;font-size: 11px;&quot;&gt;&amp;nbsp;de 100ms desde o ultimo envio&lt;/span&gt;&lt;/div&gt;" style="rhombus;whiteSpace=wrap;html=1;" parent="1" vertex="1">
          <mxGeometry x="880" y="260" width="120" height="100" as="geometry" />
        </mxCell>
-         <mxCell id="dAxO4c3MUgw6ga5RAxWS-16" value="Sim" style="text;html=1;whiteSpace=wrap;strokeColor=none;fillColor=none;align=center;verticalAlign=middle;rounded=0;" vertex="1" parent="1">
+         <mxCell id="dAxO4c3MUgw6ga5RAxWS-16" value="Sim" style="text;html=1;whiteSpace=wrap;strokeColor=none;fillColor=none;align=center;verticalAlign=middle;rounded=0;" parent="1" vertex="1">
          <mxGeometry x="890" y="350" width="60" height="30" as="geometry" />
        </mxCell>
-         <mxCell id="dAxO4c3MUgw6ga5RAxWS-17" value="Não" style="text;html=1;whiteSpace=wrap;strokeColor=none;fillColor=none;align=center;verticalAlign=middle;rounded=0;" vertex="1" parent="1">
+         <mxCell id="dAxO4c3MUgw6ga5RAxWS-17" value="Não" style="text;html=1;whiteSpace=wrap;strokeColor=none;fillColor=none;align=center;verticalAlign=middle;rounded=0;" parent="1" vertex="1">
          <mxGeometry x="970" y="320" width="60" height="30" as="geometry" />
        </mxCell>
-         <mxCell id="dAxO4c3MUgw6ga5RAxWS-22" value="" style="edgeStyle=orthogonalEdgeStyle;rounded=0;orthogonalLoop=1;jettySize=auto;html=1;" edge="1" parent="1" source="dAxO4c3MUgw6ga5RAxWS-19" target="dAxO4c3MUgw6ga5RAxWS-21">
-           <mxGeometry relative="1" as="geometry" />
-         </mxCell>
-         <mxCell id="dAxO4c3MUgw6ga5RAxWS-19" value="Obtém a uma linha do CSV" style="rounded=0;whiteSpace=wrap;html=1;" vertex="1" parent="1">
+         <mxCell id="dAxO4c3MUgw6ga5RAxWS-22" value="" style="edgeStyle=orthogonalEdgeStyle;rounded=0;orthogonalLoop=1;jettySize=auto;html=1;" parent="1" source="dAxO4c3MUgw6ga5RAxWS-19" target="dAxO4c3MUgw6ga5RAxWS-21" edge="1">
+           <mxGeometry relative="1" as="geometry" />
+         </mxCell>
+         <mxCell id="dAxO4c3MUgw6ga5RAxWS-19" value="Obtém a uma linha do CSV" style="rounded=0;whiteSpace=wrap;html=1;" parent="1" vertex="1">
          <mxGeometry x="880" y="400" width="120" height="60" as="geometry" />
        </mxCell>
-         <mxCell id="dAxO4c3MUgw6ga5RAxWS-23" style="edgeStyle=orthogonalEdgeStyle;rounded=0;orthogonalLoop=1;jettySize=auto;html=1;exitX=1;exitY=0.5;exitDx=0;exitDy=0;entryX=0.5;entryY=0;entryDx=0;entryDy=0;" edge="1" parent="1" source="dAxO4c3MUgw6ga5RAxWS-21" target="Tr65q4Ry5esXk99kKcEa-111">
+         <mxCell id="dAxO4c3MUgw6ga5RAxWS-23" style="edgeStyle=orthogonalEdgeStyle;rounded=0;orthogonalLoop=1;jettySize=auto;html=1;exitX=1;exitY=0.5;exitDx=0;exitDy=0;entryX=0.5;entryY=0;entryDx=0;entryDy=0;" parent="1" source="dAxO4c3MUgw6ga5RAxWS-21" target="Tr65q4Ry5esXk99kKcEa-111" edge="1">
          <mxGeometry relative="1" as="geometry">
            <Array as="points">
              <mxPoint x="1040" y="550" />
              <mxPoint x="1040" y="120" />
              <mxPoint x="740" y="120" />
            </Array>
          </mxGeometry>
        </mxCell>
-         <mxCell id="dAxO4c3MUgw6ga5RAxWS-21" value="Envia o dado para outro Esp externo" style="rounded=0;whiteSpace=wrap;html=1;" vertex="1" parent="1">
+         <mxCell id="dAxO4c3MUgw6ga5RAxWS-21" value="Envia da linha via EspNow" style="rounded=0;whiteSpace=wrap;html=1;" parent="1" vertex="1">
          <mxGeometry x="880" y="520" width="120" height="60" as="geometry" />
+         </mxCell>
+         <mxCell id="NhDQhaDcbu0SBcGg5eiX-1" value="Trava de Mutex&lt;div&gt;&lt;span style=&quot;background-color: transparent; color: light-dark(rgb(0, 0, 0), rgb(255, 255, 255));&quot;&gt;de seção critica&lt;/span&gt;&lt;/div&gt;" style="shape=parallelogram;perimeter=parallelogramPerimeter;whiteSpace=wrap;html=1;fixedSize=1;strokeColor=default;align=center;verticalAlign=middle;fontFamily=Helvetica;fontSize=12;fontColor=default;fillColor=default;points=[[0,0,0,0,0],[0,0.25,0,0,0],[0,0.75,0,0,0],[0,1,0,0,0],[0.08,0.5,0,0,0],[0.25,0,0,0,0],[0.25,1,0,0,0],[0.5,0,0,0,0],[0.5,1,0,0,0],[0.75,0,0,0,0],[0.75,1,0,0,0],[0.92,0.5,0,0,0],[1,0,0,0,0],[1,0.25,0,0,0],[1,0.75,0,0,0],[1,1,0,0,0]];" vertex="1" parent="1">
+           <mxGeometry x="480" y="400" width="120" height="60" as="geometry" />
+         </mxCell>
+         <mxCell id="NhDQhaDcbu0SBcGg5eiX-5" value="Trava de Mutex&lt;div&gt;&lt;span style=&quot;background-color: transparent; color: light-dark(rgb(0, 0, 0), rgb(255, 255, 255));&quot;&gt;de seção critica&lt;/span&gt;&lt;/div&gt;" style="shape=parallelogram;perimeter=parallelogramPerimeter;whiteSpace=wrap;html=1;fixedSize=1;strokeColor=default;align=center;verticalAlign=middle;fontFamily=Helvetica;fontSize=12;fontColor=default;fillColor=default;points=[[0,0,0,0,0],[0,0.25,0,0,0],[0,0.75,0,0,0],[0,1,0,0,0],[0.08,0.5,0,0,0],[0.25,0,0,0,0],[0.25,1,0,0,0],[0.5,0,0,0,0],[0.5,1,0,0,0],[0.75,0,0,0,0],[0.75,1,0,0,0],[0.92,0.5,0,0,0],[1,0,0,0,0],[1,0.25,0,0,0],[1,0.75,0,0,0],[1,1,0,0,0]];" vertex="1" parent="1">
+           <mxGeometry x="680" y="280" width="120" height="60" as="geometry" />
+         </mxCell>
+         <mxCell id="NhDQhaDcbu0SBcGg5eiX-7" value="Destrava de&lt;div&gt;Mutex&amp;nbsp;&lt;span style=&quot;background-color: transparent; color: light-dark(rgb(0, 0, 0), rgb(255, 255, 255));&quot;&gt;de seção critica&lt;/span&gt;&lt;/div&gt;" style="shape=parallelogram;perimeter=parallelogramPerimeter;whiteSpace=wrap;html=1;fixedSize=1;strokeColor=default;align=center;verticalAlign=middle;fontFamily=Helvetica;fontSize=12;fontColor=default;fillColor=default;points=[[0,0,0,0,0],[0,0.25,0,0,0],[0,0.75,0,0,0],[0,1,0,0,0],[0.08,0.5,0,0,0],[0.25,0,0,0,0],[0.25,1,0,0,0],[0.5,0,0,0,0],[0.5,1,0,0,0],[0.75,0,0,0,0],[0.75,1,0,0,0],[0.92,0.5,0,0,0],[1,0,0,0,0],[1,0.25,0,0,0],[1,0.75,0,0,0],[1,1,0,0,0]];" vertex="1" parent="1">
+           <mxGeometry x="480" y="640" width="120" height="60" as="geometry" />
+         </mxCell>
+         <mxCell id="NhDQhaDcbu0SBcGg5eiX-9" value="Destrava de&lt;div&gt;Mutex&amp;nbsp;&lt;span style=&quot;background-color: transparent; color: light-dark(rgb(0, 0, 0), rgb(255, 255, 255));&quot;&gt;de seção critica&lt;/span&gt;&lt;/div&gt;" style="shape=parallelogram;perimeter=parallelogramPerimeter;whiteSpace=wrap;html=1;fixedSize=1;strokeColor=default;align=center;verticalAlign=middle;fontFamily=Helvetica;fontSize=12;fontColor=default;fillColor=default;points=[[0,0,0,0,0],[0,0.25,0,0,0],[0,0.75,0,0,0],[0,1,0,0,0],[0.08,0.5,0,0,0],[0.25,0,0,0,0],[0.25,1,0,0,0],[0.5,0,0,0,0],[0.5,1,0,0,0],[0.75,0,0,0,0],[0.75,1,0,0,0],[0.92,0.5,0,0,0],[1,0,0,0,0],[1,0.25,0,0,0],[1,0.75,0,0,0],[1,1,0,0,0]];" vertex="1" parent="1">
+           <mxGeometry x="680" y="520" width="120" height="60" as="geometry" />
+         </mxCell>
+         <mxCell id="NhDQhaDcbu0SBcGg5eiX-10" style="edgeStyle=orthogonalEdgeStyle;rounded=0;orthogonalLoop=1;jettySize=auto;html=1;exitX=0.92;exitY=0.5;exitDx=0;exitDy=0;exitPerimeter=0;entryX=0.08;entryY=0.5;entryDx=0;entryDy=0;entryPerimeter=0;fontFamily=Helvetica;fontSize=12;fontColor=default;dashed=1;startArrow=classic;startFill=1;" edge="1" parent="1" source="NhDQhaDcbu0SBcGg5eiX-7" target="NhDQhaDcbu0SBcGg5eiX-5">
+           <mxGeometry relative="1" as="geometry">
+             <Array as="points">
+               <mxPoint x="640" y="670" />
+               <mxPoint x="640" y="310" />
+             </Array>
+           </mxGeometry>
+         </mxCell>
+         <mxCell id="NhDQhaDcbu0SBcGg5eiX-11" style="edgeStyle=orthogonalEdgeStyle;rounded=0;orthogonalLoop=1;jettySize=auto;html=1;exitX=0.08;exitY=0.5;exitDx=0;exitDy=0;exitPerimeter=0;entryX=0.92;entryY=0.5;entryDx=0;entryDy=0;entryPerimeter=0;fontFamily=Helvetica;fontSize=12;fontColor=default;startArrow=classic;startFill=1;dashed=1;" edge="1" parent="1" source="NhDQhaDcbu0SBcGg5eiX-9" target="NhDQhaDcbu0SBcGg5eiX-1">
+           <mxGeometry relative="1" as="geometry">
+             <Array as="points">
+               <mxPoint x="640" y="550" />
+               <mxPoint x="640" y="430" />
+             </Array>
+           </mxGeometry>
        </mxCell>
      </root>
    </mxGraphModel>
  </diagram>
</mxfile>
